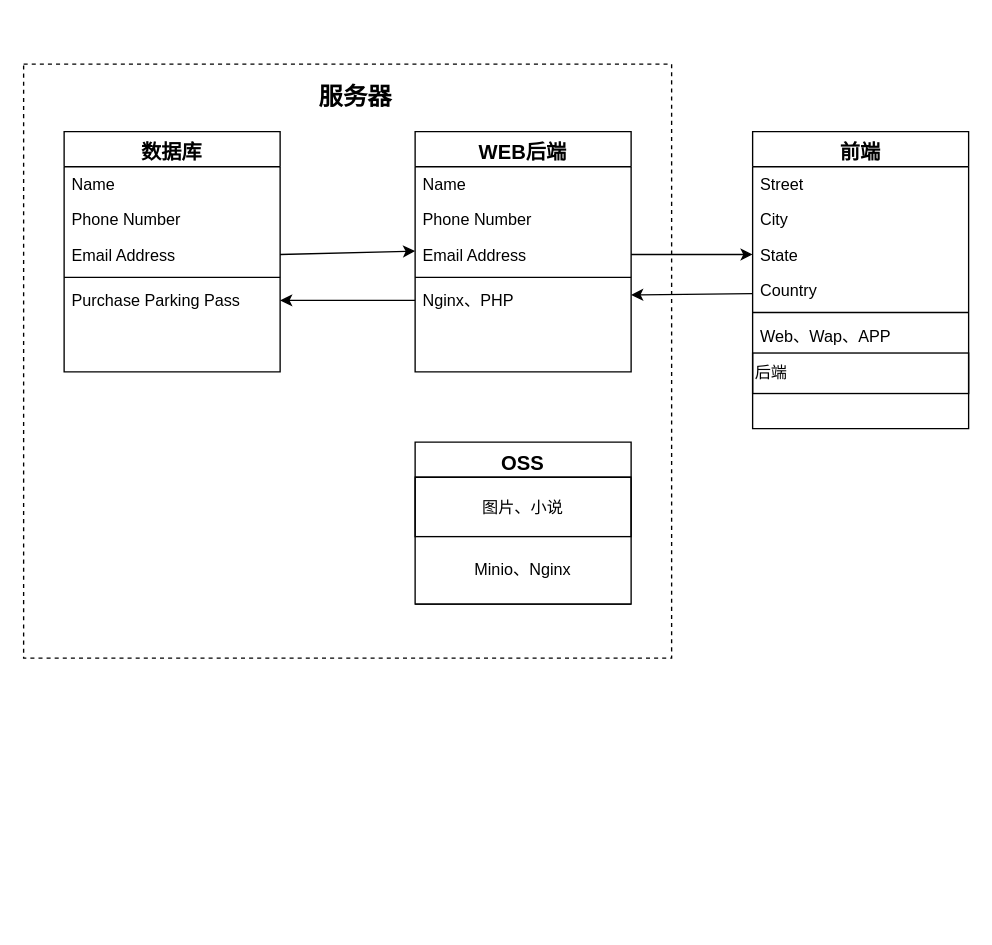
Before: 服务器流程.drawio in yanying09/drawio, a draw.io diagram. Source tidied: cells renumbered, new cells numbered last; positions are measured from the earlier drawing's top-left corner, leaving out a move shared by most shapes. Both pictures are drawn from the tidied source at 135%, with x=0, y=0 at pixel (23, 63).
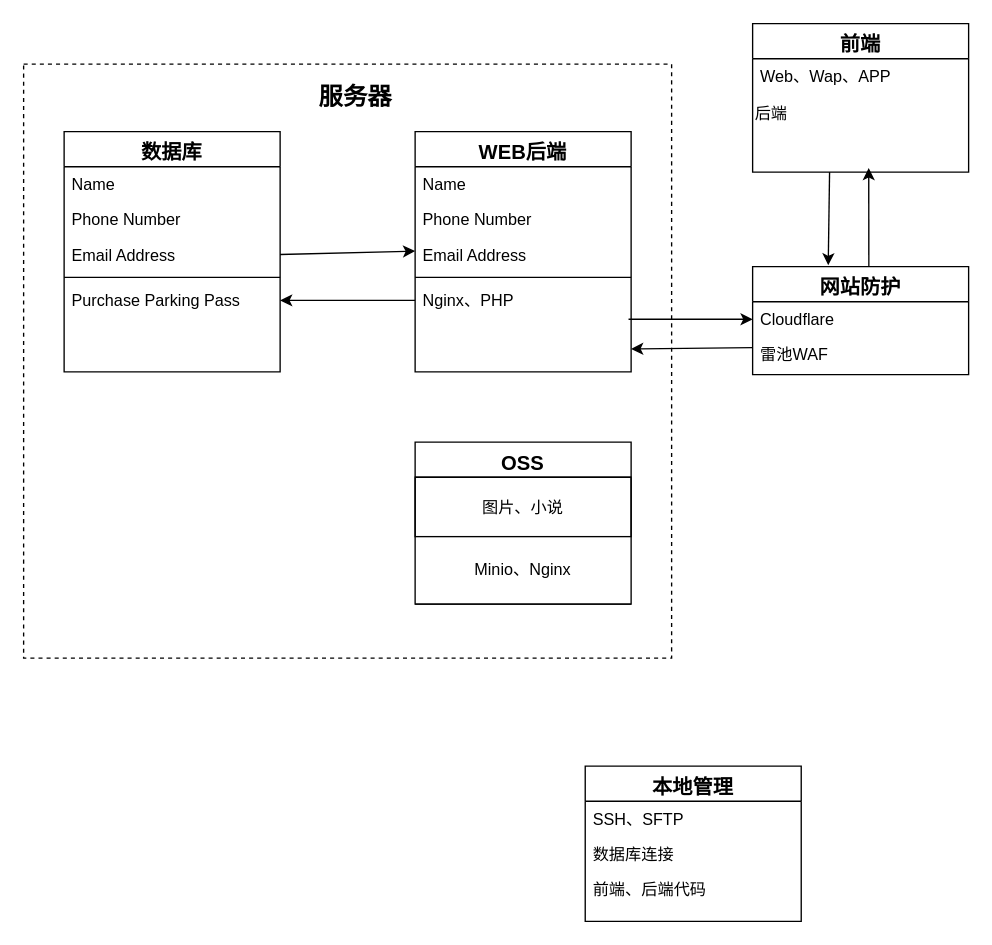
The same page after the edit.

Commit message (it also covers changes not shown here):
更新服务器流程.drawio

Unchanged cells that the change refers to:
```xml
<mxCell id="6" value="Email Address" style="text;align=left;verticalAlign=top;spacingLeft=4;spacingRight=4;overflow=hidden;points=[[0,0.5],[1,0.5]];portConstraint=eastwest;rounded=0;shadow=0;html=0;" parent="3" vertex="1">
  <mxGeometry y="78" width="160" height="26" as="geometry" />
</mxCell>
<mxCell id="8" value="Nginx、PHP" style="text;align=left;verticalAlign=top;spacingLeft=4;spacingRight=4;overflow=hidden;points=[[0,0.5],[1,0.5]];portConstraint=eastwest;" parent="3" vertex="1">
  <mxGeometry y="112" width="160" height="26" as="geometry" />
</mxCell>
```

The edit, as a diff of the source:
```diff
@@
     <mxCell id="9" value="前端" style="swimlane;fontStyle=1;align=center;verticalAlign=top;horizontal=1;startSize=26;rounded=0;shadow=0;strokeWidth=1;fontSize=15;" parent="1" vertex="1">
-      <mxGeometry x="540" y="50" width="160" height="220" as="geometry" />
+      <mxGeometry x="540" y="-30" width="160" height="110" as="geometry" />
     </mxCell>
-    <mxCell id="10" value="Street" style="text;align=left;verticalAlign=top;spacingLeft=4;spacingRight=4;overflow=hidden;" parent="9" vertex="1">
-      <mxGeometry y="26" width="160" height="26" as="geometry" />
-    </mxCell>
-    <mxCell id="11" value="City" style="text;align=left;verticalAlign=top;spacingLeft=4;spacingRight=4;overflow=hidden;rounded=0;shadow=0;html=0;" parent="9" vertex="1">
-      <mxGeometry y="52" width="160" height="26" as="geometry" />
-    </mxCell>
-    <mxCell id="12" value="State" style="text;align=left;verticalAlign=top;spacingLeft=4;spacingRight=4;overflow=hidden;points=[[0,0.5],[1,0.5]];portConstraint=eastwest;rounded=0;shadow=0;html=0;" parent="9" vertex="1">
-      <mxGeometry y="78" width="160" height="26" as="geometry" />
-    </mxCell>
-    <mxCell id="13" value="Country" style="text;align=left;verticalAlign=top;spacingLeft=4;spacingRight=4;overflow=hidden;rounded=0;shadow=0;html=0;" parent="9" vertex="1">
-      <mxGeometry y="104" width="160" height="26" as="geometry" />
-    </mxCell>
-    <mxCell id="14" style="line;html=1;strokeWidth=1;align=left;verticalAlign=middle;spacingTop=-1;spacingLeft=3;spacingRight=3;labelPosition=right;" parent="9" vertex="1">
-      <mxGeometry y="130" width="160" height="8" as="geometry" />
-    </mxCell>
     <mxCell id="15" value="Web、Wap、APP" style="text;align=left;verticalAlign=top;spacingLeft=4;spacingRight=4;overflow=hidden;labelBorderColor=none;strokeColor=none;" parent="9" vertex="1">
-      <mxGeometry y="138" width="160" height="26" as="geometry" />
+      <mxGeometry y="26" width="160" height="26" as="geometry" />
     </mxCell>
-    <mxCell id="16" value="后端" style="text;strokeColor=default;align=left;fillColor=none;html=1;verticalAlign=middle;whiteSpace=wrap;rounded=0;" parent="9" vertex="1">
-      <mxGeometry y="164" width="160" height="30" as="geometry" />
+    <mxCell id="16" value="后端" style="text;strokeColor=none;align=left;fillColor=none;html=1;verticalAlign=middle;whiteSpace=wrap;rounded=0;" parent="9" vertex="1">
+      <mxGeometry y="52" width="160" height="30" as="geometry" />
     </mxCell>
@@
     <mxCell id="30" style="endArrow=classic;html=1;rounded=0;entryX=0.994;entryY=0.962;entryDx=0;entryDy=0;entryPerimeter=0;exitX=-0.006;exitY=0.231;exitDx=0;exitDy=0;exitPerimeter=0;" parent="1" edge="1">
       <mxGeometry relative="1" as="geometry">
-        <mxPoint x="540" y="170" as="sourcePoint" />
-        <mxPoint x="450" y="171" as="targetPoint" />
+        <mxPoint x="540" y="210" as="sourcePoint" />
+        <mxPoint x="450" y="211" as="targetPoint" />
       </mxGeometry>
     </mxCell>
-    <mxCell id="31" style="endArrow=classic;html=1;rounded=0;entryX=0;entryY=0.5;entryDx=0;entryDy=0;exitX=1;exitY=0.5;exitDx=0;exitDy=0;" parent="1" edge="1" source="6" target="12">
-      <mxGeometry relative="1" as="geometry" />
-    </mxCell>
+    <mxCell id="32" value="网站防护" style="swimlane;fontStyle=1;align=center;verticalAlign=top;horizontal=1;startSize=26;rounded=0;shadow=0;strokeWidth=1;fontSize=15;" parent="1" vertex="1">
+      <mxGeometry x="540" y="150" width="160" height="80" as="geometry" />
+    </mxCell>
+    <mxCell id="33" value="Cloudflare" style="text;align=left;verticalAlign=top;spacingLeft=4;spacingRight=4;overflow=hidden;points=[[0,0.5],[1,0.5]];portConstraint=eastwest;" parent="32" vertex="1">
+      <mxGeometry y="26" width="160" height="26" as="geometry" />
+    </mxCell>
+    <mxCell id="34" value="雷池WAF" style="text;align=left;verticalAlign=top;spacingLeft=4;spacingRight=4;overflow=hidden;rounded=0;shadow=0;html=0;" parent="32" vertex="1">
+      <mxGeometry y="52" width="160" height="26" as="geometry" />
+    </mxCell>
+    <mxCell id="35" value="本地管理" style="swimlane;fontStyle=1;align=center;verticalAlign=top;horizontal=1;startSize=26;rounded=0;shadow=0;strokeWidth=1;fontSize=15;" parent="1" vertex="1">
+      <mxGeometry x="416" y="520" width="160" height="115" as="geometry" />
+    </mxCell>
+    <mxCell id="36" value="SSH、SFTP" style="text;align=left;verticalAlign=top;spacingLeft=4;spacingRight=4;overflow=hidden;" parent="35" vertex="1">
+      <mxGeometry y="26" width="160" height="26" as="geometry" />
+    </mxCell>
+    <mxCell id="37" value="数据库连接" style="text;align=left;verticalAlign=top;spacingLeft=4;spacingRight=4;overflow=hidden;rounded=0;shadow=0;html=0;" parent="35" vertex="1">
+      <mxGeometry y="52" width="160" height="26" as="geometry" />
+    </mxCell>
+    <mxCell id="38" value="前端、后端代码" style="text;align=left;verticalAlign=top;spacingLeft=4;spacingRight=4;overflow=hidden;rounded=0;shadow=0;html=0;" parent="35" vertex="1">
+      <mxGeometry y="78" width="160" height="26" as="geometry" />
+    </mxCell>
+    <mxCell id="39" style="endArrow=classic;html=1;rounded=0;exitX=0.988;exitY=1.038;exitDx=0;exitDy=0;entryX=0;entryY=0.5;entryDx=0;entryDy=0;exitPerimeter=0;" parent="1" edge="1" source="8" target="33">
+      <mxGeometry relative="1" as="geometry" />
+    </mxCell>
+    <mxCell id="40" style="endArrow=classic;html=1;rounded=0;entryX=0.35;entryY=-0.012;entryDx=0;entryDy=0;entryPerimeter=0;" parent="1" edge="1" target="32">
+      <mxGeometry relative="1" as="geometry">
+        <mxPoint x="597" y="80" as="sourcePoint" />
+      </mxGeometry>
+    </mxCell>
+    <mxCell id="41" style="endArrow=classic;html=1;rounded=0;exitX=0.663;exitY=0.038;exitDx=0;exitDy=0;exitPerimeter=0;" parent="1" edge="1">
+      <mxGeometry relative="1" as="geometry">
+        <mxPoint x="626.1" y="150" as="sourcePoint" />
+        <mxPoint x="626" y="77" as="targetPoint" />
+      </mxGeometry>
+    </mxCell>
```
